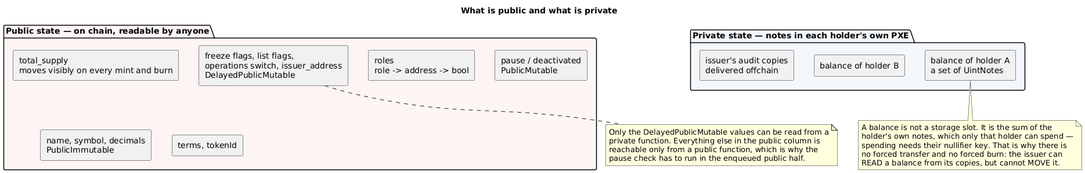
Before: doc/img/state-split.png, a diagram exported from PlantUML (CMTA/private-CMTAT-aztec).
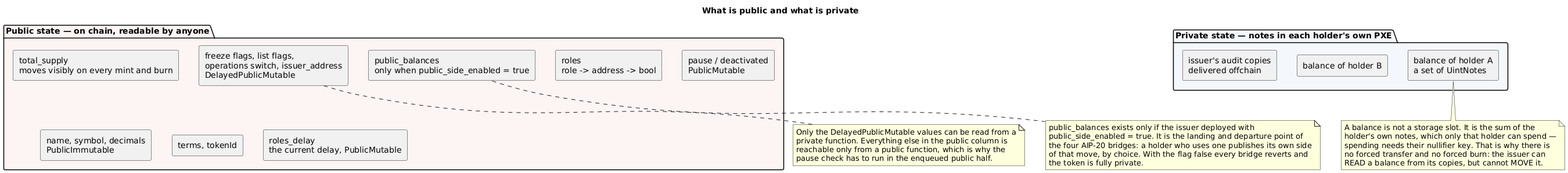
The same file after the commit.

The edit, as a diff of the source:
```diff
@@ -10,6 +10,8 @@
   component "name, symbol, decimals\nPublicImmutable" as Meta
   component "terms, tokenId" as Terms
   component "freeze flags, list flags,\noperations switch, issuer_address\nDelayedPublicMutable" as Delayed
+  component "public_balances\nonly when public_side_enabled = true" as PB
+  component "roles_delay\nthe current delay, PublicMutable" as RD
 }
 
 package "Private state — notes in each holder's own PXE" #F4F8FC {
@@ -35,4 +37,13 @@
 end note
 Delayed .. N2
 
+note as N3
+  public_balances exists only if the issuer deployed with
+  public_side_enabled = true. It is the landing and departure point of
+  the four AIP-20 bridges: a holder who uses one publishes its own side
+  of that move, by choice. With the flag false every bridge reverts and
+  the token is fully private.
+end note
+PB .. N3
+
 @enduml
```
